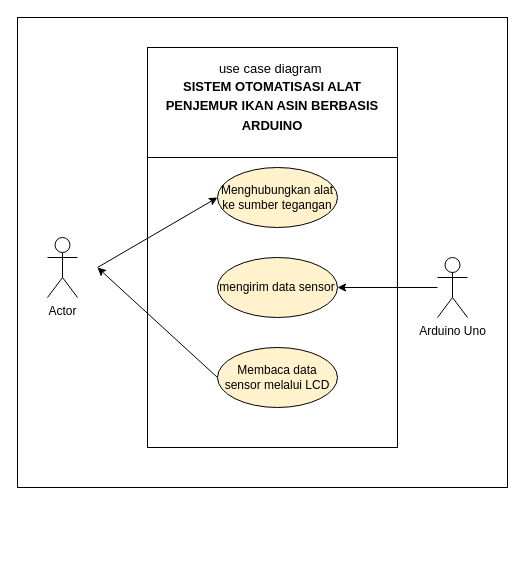
Above: use.drawio in nalendro16/Vuejs101 (draw.io), before the change. Source tidied: cells renumbered, new cells numbered last; positions are measured from the earlier drawing's top-left corner, leaving out a move shared by most shapes. Both pictures are drawn from the tidied source at 100%, with x=0, y=0 at pixel (17, 17).
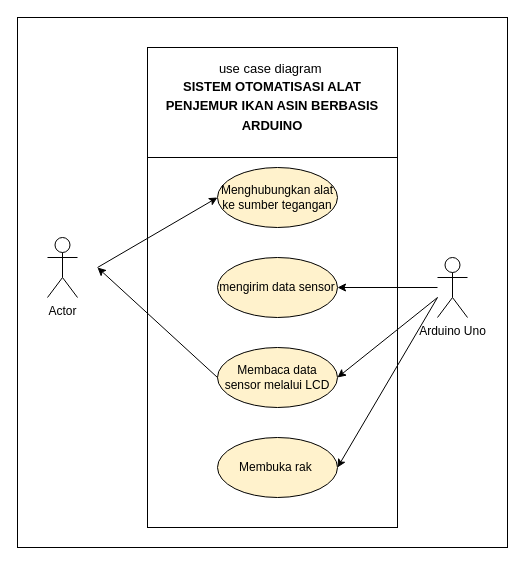
The same page after the edit.

What changed in the source:
```diff
@@
 <mxGraphModel>
   <root>
     <mxCell id="0" />
     <mxCell id="1" parent="0" />
     <mxCell id="2" style="rounded=0;whiteSpace=wrap;html=1;strokeColor=#000000;" parent="1" vertex="1">
-      <mxGeometry width="490" height="470" as="geometry" />
+      <mxGeometry width="490" height="530" as="geometry" />
     </mxCell>
     <mxCell id="3" style="rounded=0;whiteSpace=wrap;html=1;strokeColor=#000000;" parent="1" vertex="1">
-      <mxGeometry x="130" y="30" width="250" height="400" as="geometry" />
+      <mxGeometry x="130" y="30" width="250" height="480" as="geometry" />
     </mxCell>
     <mxCell id="4" value="Menghubungkan alat ke sumber tegangan" style="ellipse;whiteSpace=wrap;html=1;fillColor=#fff2cc;" parent="1" vertex="1">
       <mxGeometry x="200" y="150" width="120" height="60" as="geometry" />
     </mxCell>
     <mxCell id="5" value="mengirim data sensor" style="ellipse;whiteSpace=wrap;html=1;fillColor=#fff2cc;" parent="1" vertex="1">
       <mxGeometry x="200" y="240" width="120" height="60" as="geometry" />
     </mxCell>
     <mxCell id="6" value="Membaca data sensor melalui LCD" style="ellipse;whiteSpace=wrap;html=1;fillColor=#fff2cc;" parent="1" vertex="1">
       <mxGeometry x="200" y="330" width="120" height="60" as="geometry" />
     </mxCell>
     <mxCell id="7" value="Actor" style="shape=umlActor;verticalLabelPosition=bottom;verticalAlign=top;html=1;strokeColor=#000000;" parent="1" vertex="1">
       <mxGeometry x="30" y="220" width="30" height="60" as="geometry" />
     </mxCell>
     <mxCell id="8" value="Arduino Uno" style="shape=umlActor;verticalLabelPosition=bottom;verticalAlign=top;html=1;outlineConnect=0;strokeColor=#000000;" parent="1" vertex="1">
       <mxGeometry x="420" y="240" width="30" height="60" as="geometry" />
     </mxCell>
     <mxCell id="9" style="endArrow=classic;html=1;entryX=0;entryY=0.5;entryDx=0;entryDy=0;" parent="1" edge="1" target="4">
       <mxGeometry relative="1" as="geometry">
         <mxPoint x="80" y="250" as="sourcePoint" />
       </mxGeometry>
     </mxCell>
     <mxCell id="10" style="endArrow=classic;html=1;entryX=1;entryY=0.5;entryDx=0;entryDy=0;" parent="1" edge="1" source="8" target="5">
       <mxGeometry relative="1" as="geometry" />
     </mxCell>
     <mxCell id="11" style="endArrow=classic;html=1;exitX=0;exitY=0.5;exitDx=0;exitDy=0;" parent="1" edge="1" source="6">
       <mxGeometry relative="1" as="geometry">
         <mxPoint x="80" y="250" as="targetPoint" />
       </mxGeometry>
     </mxCell>
     <mxCell id="12" value="&lt;font style=&quot;font-size: 13px&quot;&gt;use case diagram&amp;nbsp;&lt;/font&gt;&lt;h1 align=&quot;center&quot; style=&quot;margin-top: 0cm ; line-height: 150% ; font-size: 13px&quot;&gt;&lt;span style=&quot;line-height: 150%&quot;&gt;&lt;font style=&quot;font-size: 13px&quot;&gt;SISTEM OTOMATISASI ALAT&lt;br&gt;PENJEMUR IKAN ASIN BERBASIS ARDUINO&lt;/font&gt;&lt;/span&gt;&lt;/h1&gt;" style="rounded=0;whiteSpace=wrap;html=1;strokeColor=#000000;" parent="1" vertex="1">
       <mxGeometry x="130" y="30" width="250" height="110" as="geometry" />
     </mxCell>
+    <mxCell id="13" style="endArrow=classic;html=1;entryX=1;entryY=0.5;entryDx=0;entryDy=0;" parent="1" edge="1" target="6">
+      <mxGeometry relative="1" as="geometry">
+        <mxPoint x="420" y="280" as="sourcePoint" />
+      </mxGeometry>
+    </mxCell>
+    <mxCell id="14" value="Membuka rak&amp;nbsp;" style="ellipse;whiteSpace=wrap;html=1;fillColor=#fff2cc;" parent="1" vertex="1">
+      <mxGeometry x="200" y="420" width="120" height="60" as="geometry" />
+    </mxCell>
+    <mxCell id="15" style="endArrow=classic;html=1;entryX=1;entryY=0.5;entryDx=0;entryDy=0;" parent="1" edge="1" target="14">
+      <mxGeometry relative="1" as="geometry">
+        <mxPoint x="420" y="280" as="sourcePoint" />
+      </mxGeometry>
+    </mxCell>
   </root>
 </mxGraphModel>
```
